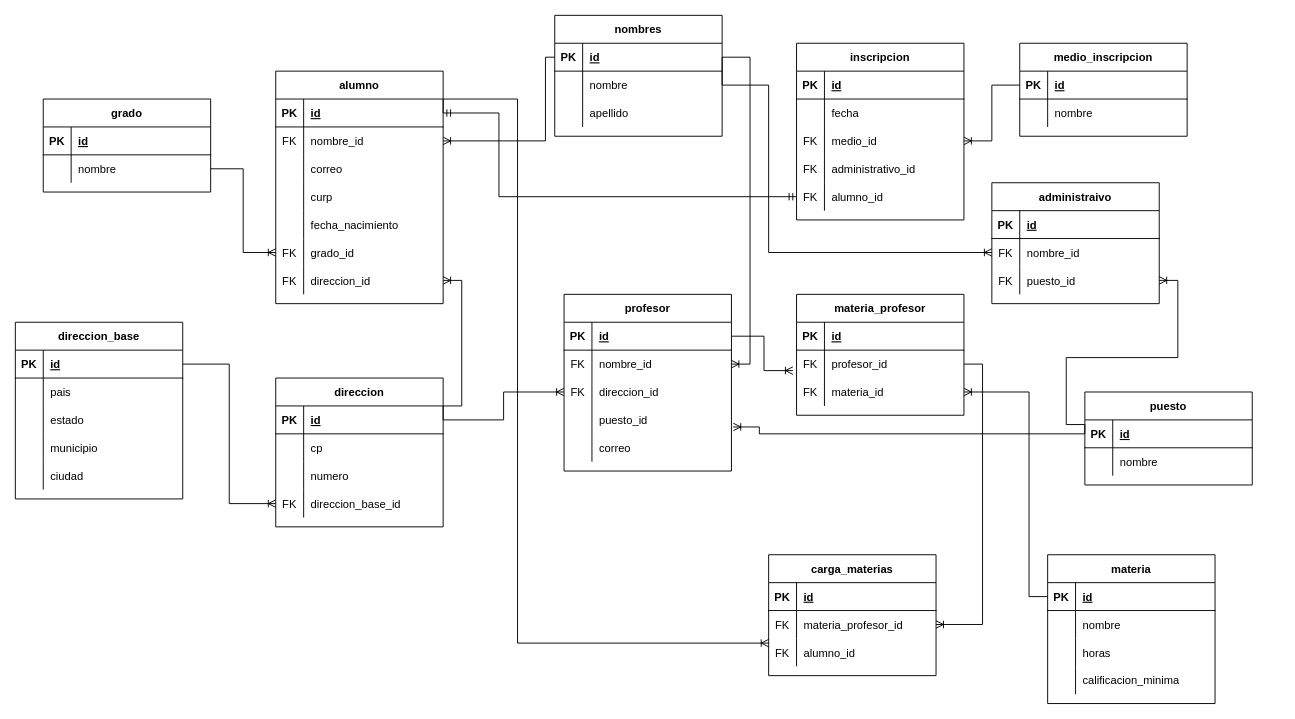
This is page "Page-2" (2 of 2) of Untitled Diagram.drawio from soolelu/Prueba, a draw.io file, before an edit. Source tidied: cells renumbered, new cells numbered last; positions are measured from the earlier drawing's top-left corner, leaving out a move shared by most shapes. Both pictures are drawn from the tidied source at 93%, with x=0, y=0 at pixel (15, 15).
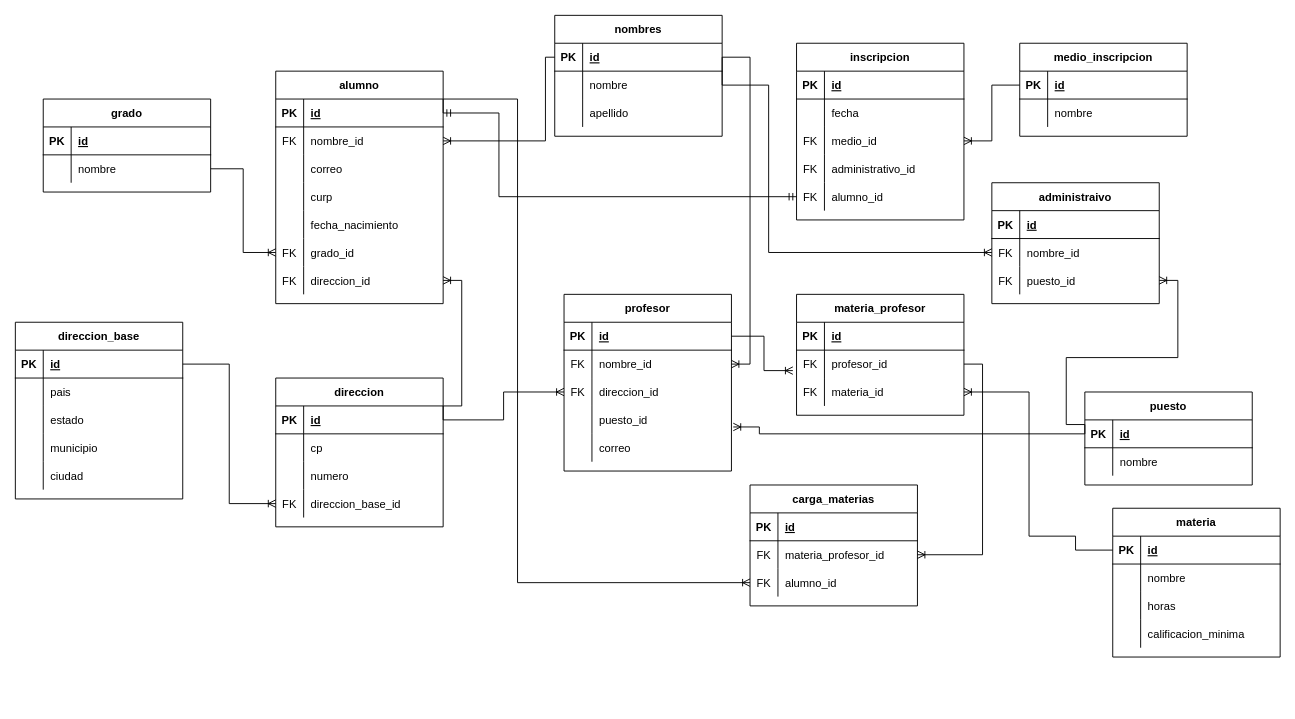
Above is the later version.

The change refers to these unchanged cells:
```xml
<mxCell id="3" style="shape=tableRow;horizontal=0;startSize=0;swimlaneHead=0;swimlaneBody=0;fillColor=none;points=[[0,0.5],[1,0.5]];portConstraint=eastwest;top=0;left=0;right=0;bottom=1;" parent="2" vertex="1">
  <mxGeometry y="30" width="180" height="30" as="geometry" />
</mxCell>
<mxCell id="87" style="shape=tableRow;horizontal=0;startSize=0;swimlaneHead=0;swimlaneBody=0;fillColor=none;points=[[0,0.5],[1,0.5]];portConstraint=eastwest;top=0;left=0;right=0;bottom=1;" parent="86" vertex="1">
  <mxGeometry y="30" width="180" height="30" as="geometry" />
</mxCell>
<mxCell id="106" style="shape=tableRow;horizontal=0;startSize=0;swimlaneHead=0;swimlaneBody=0;fillColor=none;points=[[0,0.5],[1,0.5]];portConstraint=eastwest;top=0;left=0;right=0;bottom=0;" parent="99" vertex="1">
  <mxGeometry y="90" width="180" height="30" as="geometry" />
</mxCell>
<mxCell id="156" style="shape=tableRow;horizontal=0;startSize=0;swimlaneHead=0;swimlaneBody=0;fillColor=none;points=[[0,0.5],[1,0.5]];portConstraint=eastwest;top=0;left=0;right=0;bottom=0;" parent="149" vertex="1">
  <mxGeometry y="90" width="180" height="30" as="geometry" />
</mxCell>
```

Change to the diagram source:
```diff
@@
     <mxCell id="86" value="materia" style="shape=table;startSize=30;childLayout=tableLayout;rowLines=0;fontStyle=1;align=center;" parent="1" vertex="1">
-      <mxGeometry x="1110" y="580" width="180" height="160" as="geometry" />
+      <mxGeometry x="1180" y="530" width="180" height="160" as="geometry" />
     </mxCell>
@@
     <mxCell id="149" value="carga_materias" style="shape=table;startSize=30;childLayout=tableLayout;rowLines=0;fontStyle=1;align=center;" parent="1" vertex="1">
-      <mxGeometry x="810" y="580" width="180" height="130" as="geometry" />
+      <mxGeometry x="790" y="505" width="180" height="130" as="geometry" />
     </mxCell>
@@
-    <mxCell id="167" style="edgeStyle=orthogonalEdgeStyle;rounded=0;jettySize=auto;html=1;entryX=1;entryY=0.5;entryDx=0;entryDy=0;endArrow=ERoneToMany;endFill=0;" parent="1" edge="1" source="87" target="106">
+    <mxCell id="167" style="edgeStyle=orthogonalEdgeStyle;rounded=0;jettySize=auto;html=1;entryX=1;entryY=0.5;entryDx=0;entryDy=0;endArrow=ERoneToMany;endFill=0;exitX=0;exitY=0.5;exitDx=0;exitDy=0;" parent="1" edge="1" source="87" target="106">
       <mxGeometry relative="1" as="geometry">
         <Array as="points">
-          <mxPoint x="1090" y="625" />
+          <mxPoint x="1140" y="560" />
+          <mxPoint x="1090" y="560" />
           <mxPoint x="1090" y="405" />
         </Array>
       </mxGeometry>
     </mxCell>
@@
-    <mxCell id="169" style="edgeStyle=orthogonalEdgeStyle;rounded=0;jettySize=auto;html=1;exitX=1;exitY=0.5;exitDx=0;exitDy=0;endArrow=ERoneToMany;endFill=0;" parent="1" edge="1" source="3" target="156">
+    <mxCell id="169" style="edgeStyle=orthogonalEdgeStyle;rounded=0;jettySize=auto;html=1;exitX=1;exitY=0.5;exitDx=0;exitDy=0;endArrow=ERoneToMany;endFill=0;entryX=0;entryY=0.5;entryDx=0;entryDy=0;" parent="1" edge="1" source="3" target="156">
       <mxGeometry relative="1" as="geometry">
         <Array as="points">
           <mxPoint x="460" y="90" />
           <mxPoint x="540" y="90" />
-          <mxPoint x="540" y="675" />
+          <mxPoint x="540" y="610" />
         </Array>
       </mxGeometry>
     </mxCell>
```
